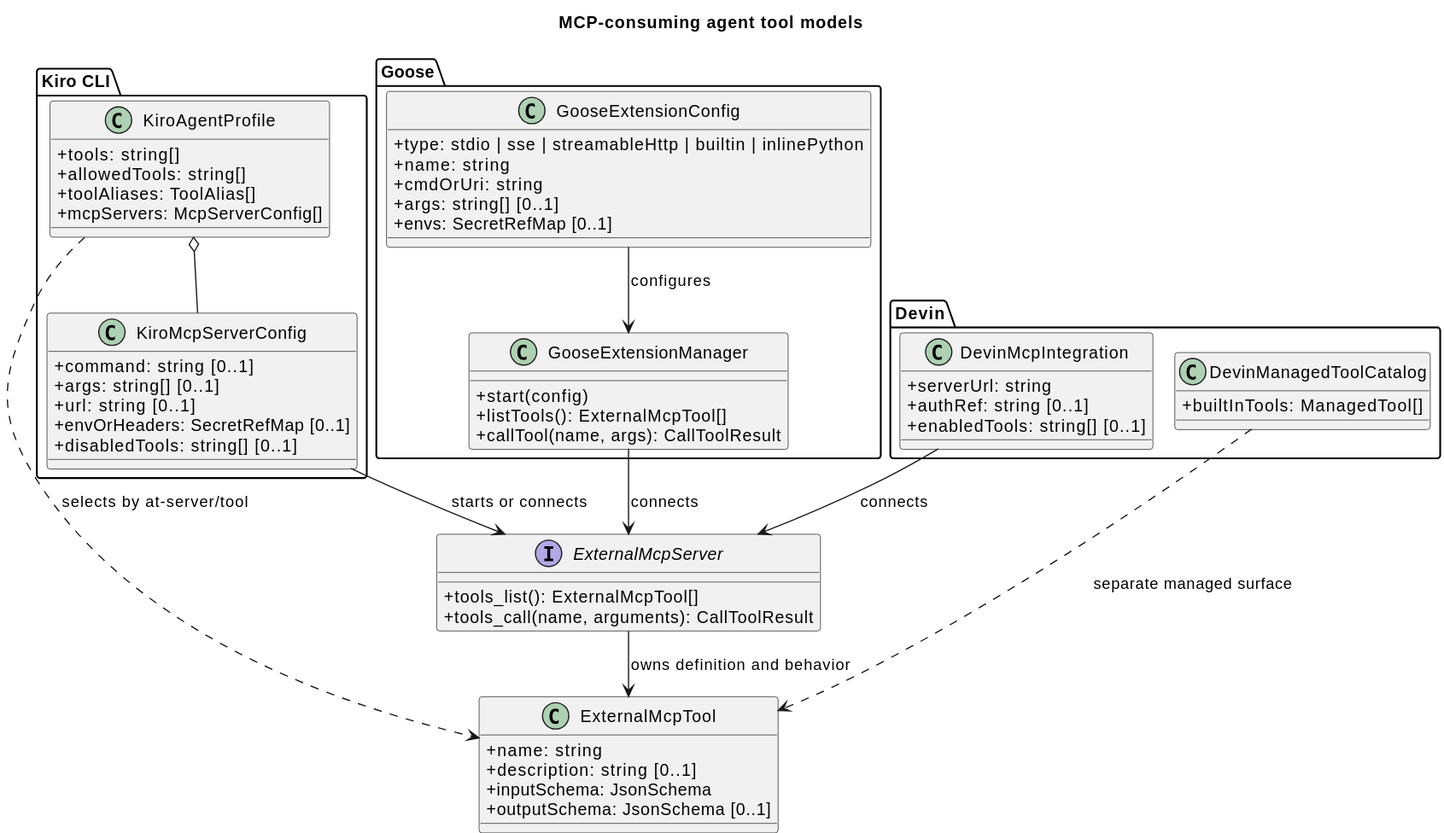
Before: config-to-tool-agent-research/mcp_consuming_agent_tool_definitions.svg, a diagram exported from PlantUML (superheromeZzh/pi-mono-java-design).
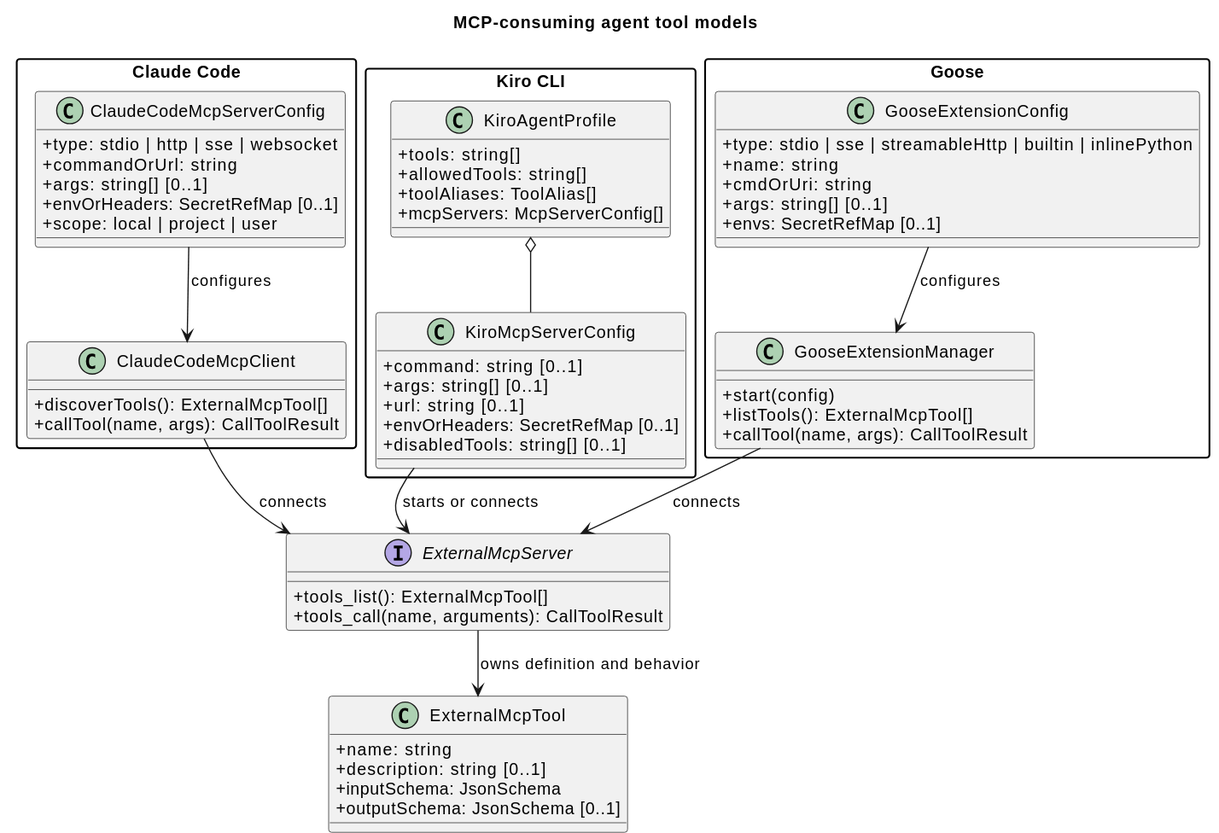
Later version of the same file.

Commit message:
docs(agent): clarify tool evidence and scope

The edit, as a diff of the source:
```diff
@@ -1,9 +1,13 @@
 @startuml
 !pragma layout smetana
 title MCP-consuming agent tool models
+top to bottom direction
 skinparam classAttributeIconSize 0
 skinparam shadowing false
 skinparam backgroundColor white
+skinparam packageStyle rectangle
+skinparam nodesep 35
+skinparam ranksep 40
 
 class ExternalMcpTool {
   +name: string
@@ -16,6 +20,22 @@
   +tools_call(name, arguments): CallToolResult
 }
 ExternalMcpServer --> ExternalMcpTool : owns definition and behavior
+
+package "Claude Code" {
+  class ClaudeCodeMcpServerConfig {
+    +type: stdio | http | sse | websocket
+    +commandOrUrl: string
+    +args: string[] [0..1]
+    +envOrHeaders: SecretRefMap [0..1]
+    +scope: local | project | user
+  }
+  class ClaudeCodeMcpClient {
+    +discoverTools(): ExternalMcpTool[]
+    +callTool(name, args): CallToolResult
+  }
+  ClaudeCodeMcpServerConfig --> ClaudeCodeMcpClient : configures
+  ClaudeCodeMcpClient --> ExternalMcpServer : connects
+}
 
 package "Kiro CLI" {
   class KiroAgentProfile {
@@ -32,7 +52,6 @@
     +disabledTools: string[] [0..1]
   }
   KiroAgentProfile o-- KiroMcpServerConfig
-  KiroAgentProfile ..> ExternalMcpTool : selects by at-server/tool
   KiroMcpServerConfig --> ExternalMcpServer : starts or connects
 }
 
@@ -53,16 +72,9 @@
   GooseExtensionManager --> ExternalMcpServer : connects
 }
 
-package "Devin" {
-  class DevinMcpIntegration {
-    +serverUrl: string
-    +authRef: string [0..1]
-    +enabledTools: string[] [0..1]
-  }
-  class DevinManagedToolCatalog {
-    +builtInTools: ManagedTool[]
-  }
-  DevinMcpIntegration --> ExternalMcpServer : connects
-  DevinManagedToolCatalog ..> ExternalMcpTool : separate managed surface
-}
+ClaudeCodeMcpServerConfig -[hidden]right-> KiroAgentProfile
+KiroAgentProfile -[hidden]right-> GooseExtensionConfig
+ClaudeCodeMcpClient -[hidden]down-> ExternalMcpServer
+KiroMcpServerConfig -[hidden]down-> ExternalMcpServer
+GooseExtensionManager -[hidden]down-> ExternalMcpServer
 @enduml
```
